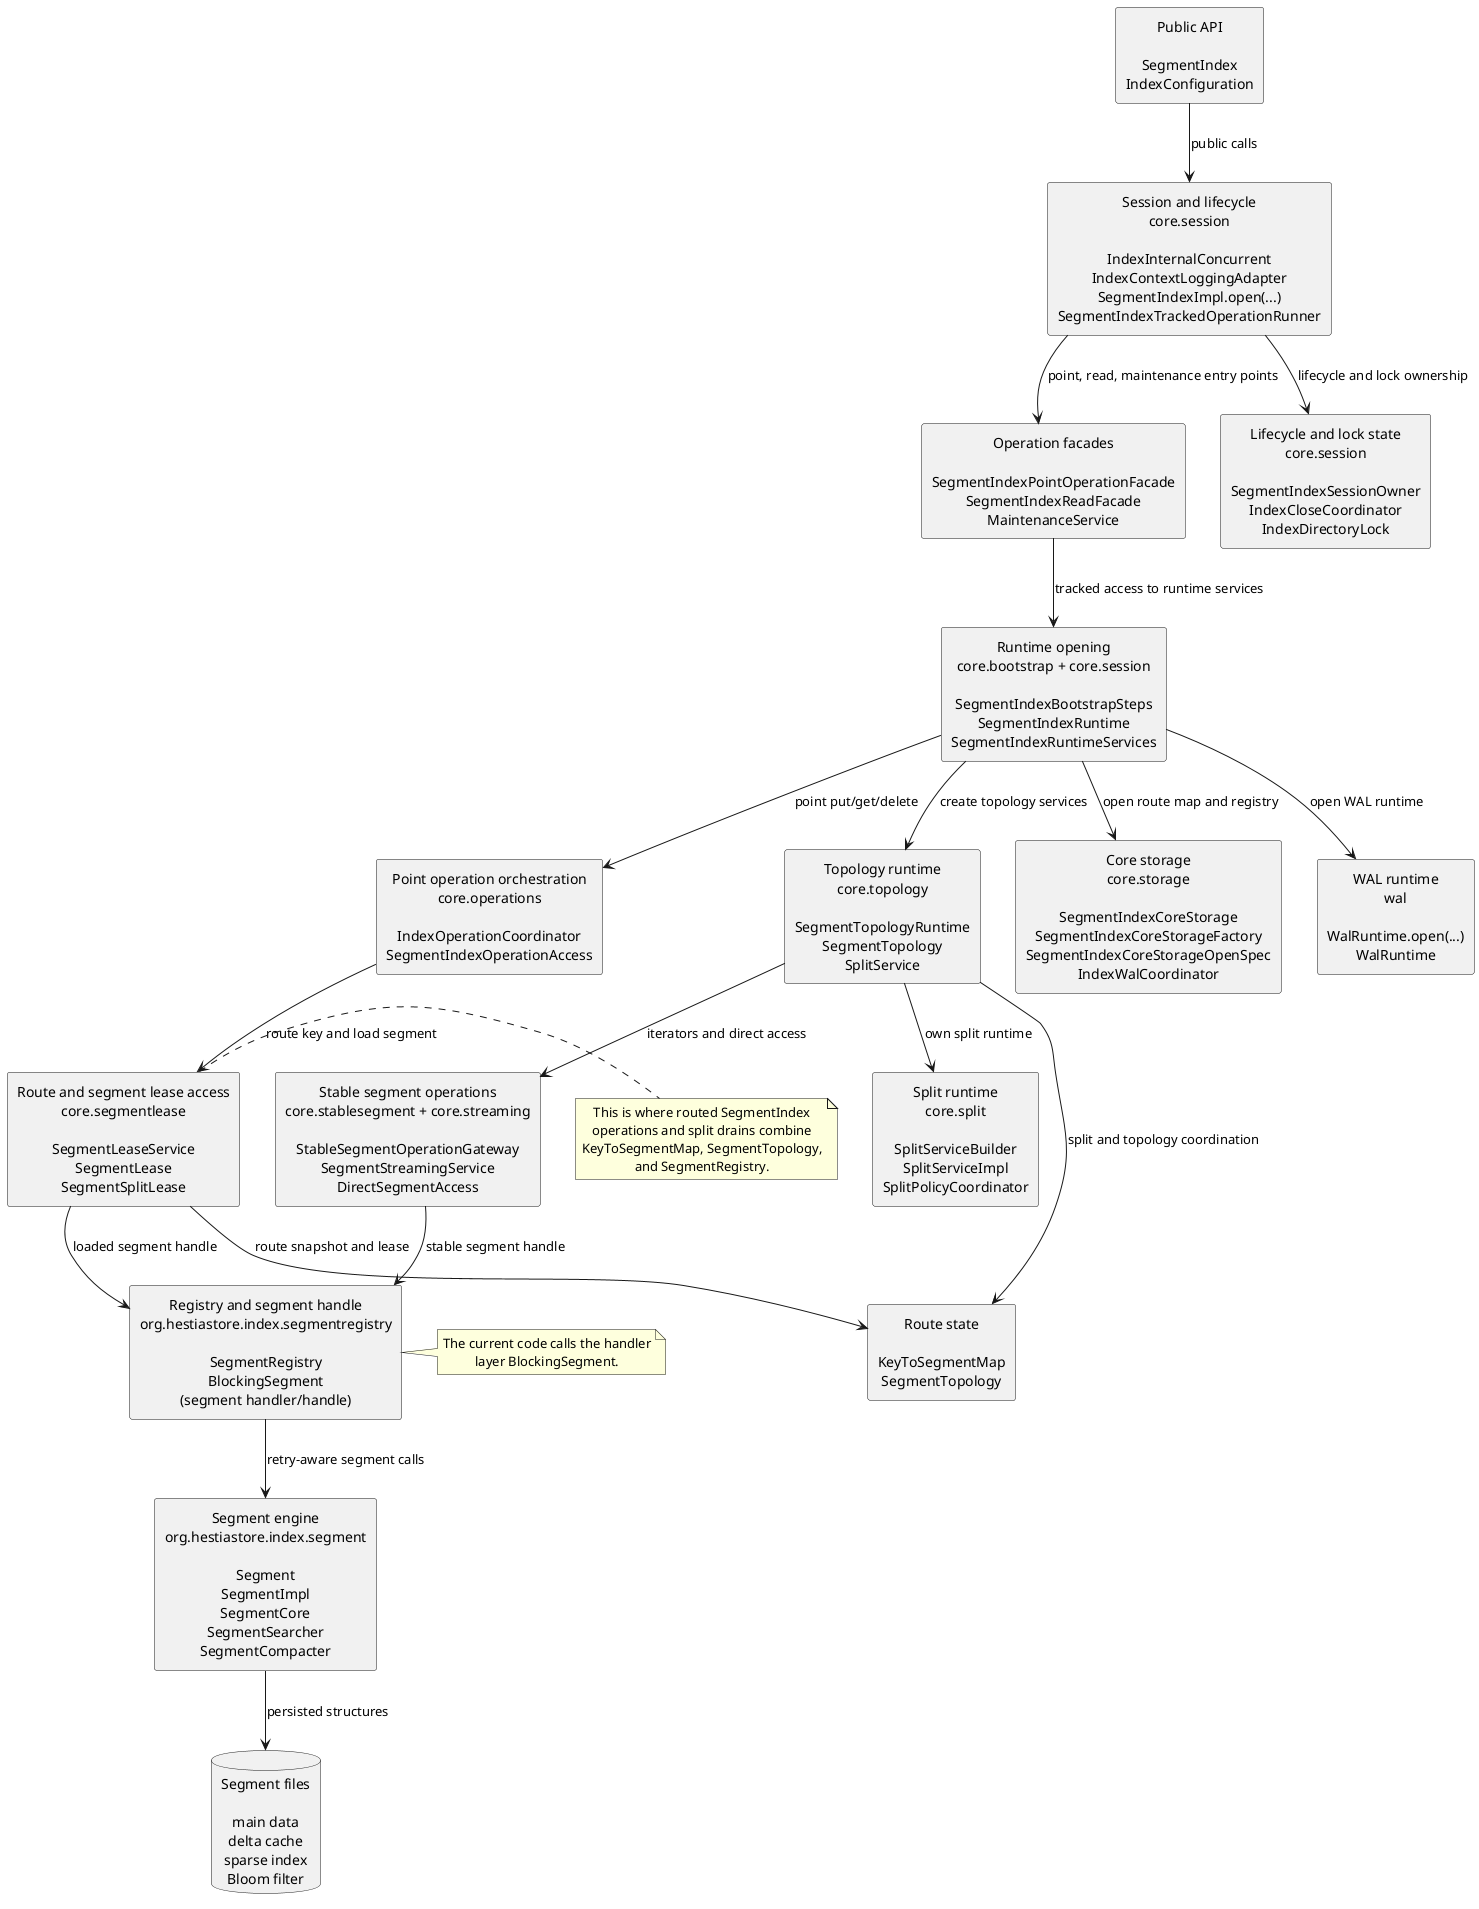
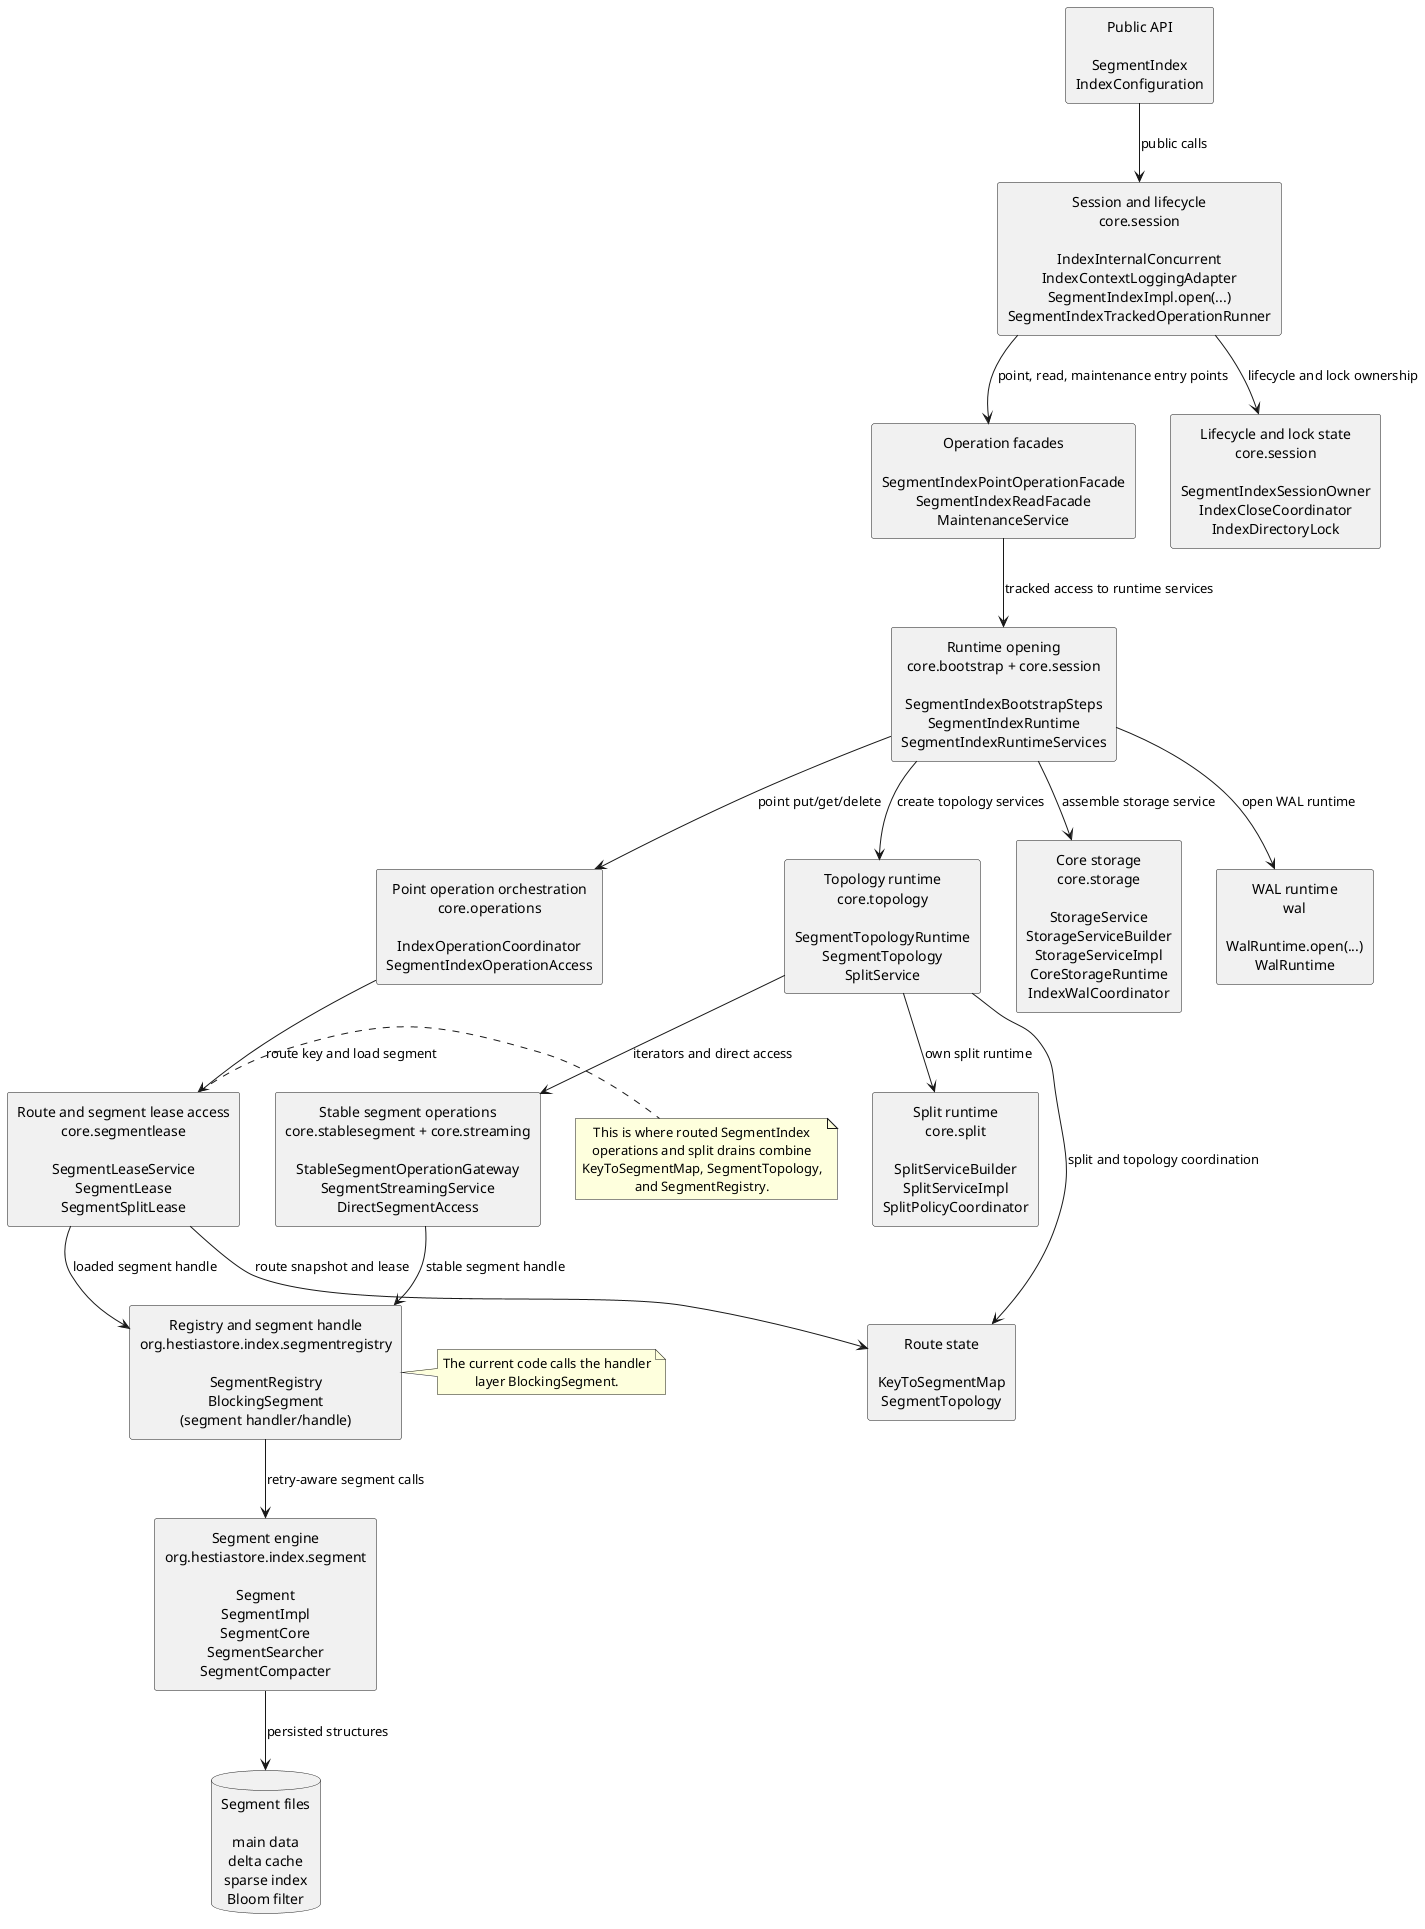
@startuml implementation-layers
skinparam componentStyle rectangle
skinparam shadowing false
skinparam defaultTextAlignment center
top to bottom direction

component "Public API\n\nSegmentIndex\nIndexConfiguration" as API

component "Session and lifecycle\ncore.session\n\nIndexInternalConcurrent\nIndexContextLoggingAdapter\nSegmentIndexImpl.open(...)\nSegmentIndexTrackedOperationRunner" as SESSION

component "Lifecycle and lock state\ncore.session\n\nSegmentIndexSessionOwner\nIndexCloseCoordinator\nIndexDirectoryLock" as SESSION_STATE

component "Operation facades\n\nSegmentIndexPointOperationFacade\nSegmentIndexReadFacade\nMaintenanceService" as FACADES

component "Runtime opening\ncore.bootstrap + core.session\n\nSegmentIndexBootstrapSteps\nSegmentIndexRuntime\nSegmentIndexRuntimeServices" as RUNTIME

component "Topology runtime\ncore.topology\n\nSegmentTopologyRuntime\nSegmentTopology\nSplitService" as TOPOLOGY_RUNTIME

- component "Core storage\ncore.storage\n\nSegmentIndexCoreStorage\nSegmentIndexCoreStorageFactory\nSegmentIndexCoreStorageOpenSpec\nIndexWalCoordinator" as CORE_STORAGE
+ component "Core storage\ncore.storage\n\nStorageService\nStorageServiceBuilder\nStorageServiceImpl\nCoreStorageRuntime\nIndexWalCoordinator" as CORE_STORAGE

component "Split runtime\ncore.split\n\nSplitServiceBuilder\nSplitServiceImpl\nSplitPolicyCoordinator" as SPLIT_RUNTIME

component "WAL runtime\nwal\n\nWalRuntime.open(...)\nWalRuntime" as WAL_RUNTIME

component "Point operation orchestration\ncore.operations\n\nIndexOperationCoordinator\nSegmentIndexOperationAccess" as OPERATIONS

component "Route and segment lease access\ncore.segmentlease\n\nSegmentLeaseService\nSegmentLease\nSegmentSplitLease" as ACCESS

component "Stable segment operations\ncore.stablesegment + core.streaming\n\nStableSegmentOperationGateway\nSegmentStreamingService\nDirectSegmentAccess" as STABLE_ACCESS

component "Route state\n\nKeyToSegmentMap\nSegmentTopology" as ROUTE

component "Registry and segment handle\norg.hestiastore.index.segmentregistry\n\nSegmentRegistry\nBlockingSegment\n(segment handler/handle)" as REGISTRY

component "Segment engine\norg.hestiastore.index.segment\n\nSegment\nSegmentImpl\nSegmentCore\nSegmentSearcher\nSegmentCompacter" as SEGMENT

database "Segment files\n\nmain data\ndelta cache\nsparse index\nBloom filter" as FILES

API --> SESSION : public calls
SESSION --> SESSION_STATE : lifecycle and lock ownership
SESSION --> FACADES : point, read, maintenance entry points
FACADES --> RUNTIME : tracked access to runtime services
- RUNTIME --> CORE_STORAGE : open route map and registry
+ RUNTIME --> CORE_STORAGE : assemble storage service
RUNTIME --> TOPOLOGY_RUNTIME : create topology services
TOPOLOGY_RUNTIME --> SPLIT_RUNTIME : own split runtime
RUNTIME --> WAL_RUNTIME : open WAL runtime
RUNTIME --> OPERATIONS : point put/get/delete
OPERATIONS --> ACCESS : route key and load segment
TOPOLOGY_RUNTIME --> STABLE_ACCESS : iterators and direct access
ACCESS --> REGISTRY : loaded segment handle
STABLE_ACCESS --> REGISTRY : stable segment handle
REGISTRY --> SEGMENT : retry-aware segment calls
SEGMENT --> FILES : persisted structures

ACCESS --> ROUTE : route snapshot and lease
TOPOLOGY_RUNTIME --> ROUTE : split and topology coordination

note right of ACCESS
This is where routed SegmentIndex
operations and split drains combine
KeyToSegmentMap, SegmentTopology,
and SegmentRegistry.
end note

note right of REGISTRY
The current code calls the handler
layer BlockingSegment.
end note

@enduml
